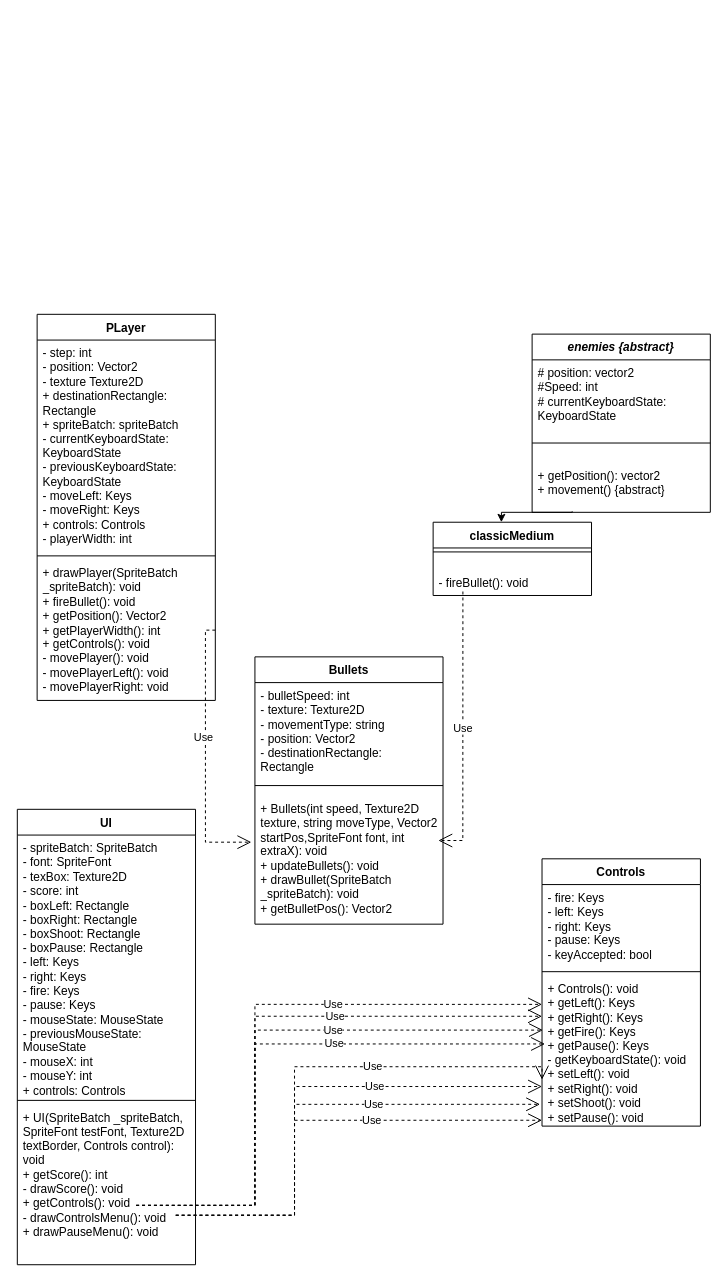
Above: draw.io diagrams/classDiagrams.drawio in Ferogreywolf7/Alien-Attack (draw.io), before the change. Source tidied: cells renumbered, new cells numbered last; positions are measured from the earlier drawing's top-left corner, leaving out a move shared by most shapes. Both pictures are drawn from the tidied source at 99%, with x=0, y=0 at pixel (17, 314).
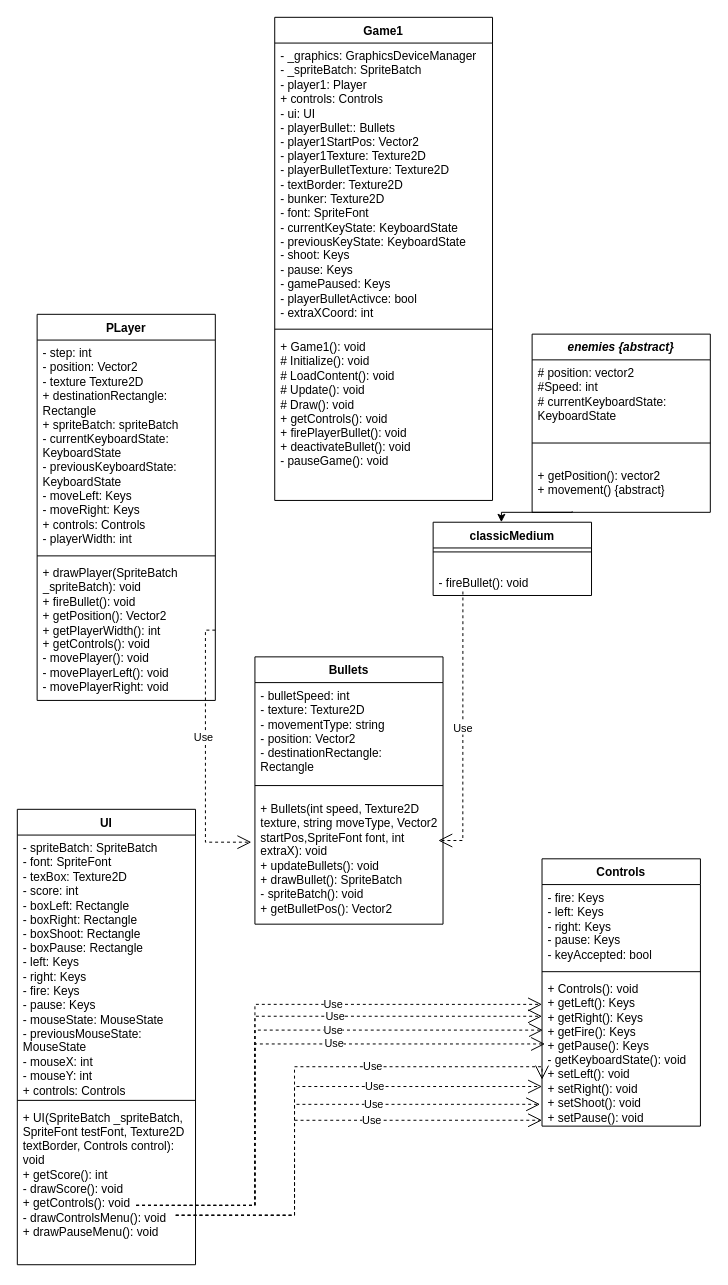
Above is the later version.

Commit message:
Added Game1 to the class diagram

Unchanged cells that the change refers to:
```xml
<mxCell id="21" value="Bullets" style="swimlane;fontStyle=1;align=center;verticalAlign=top;horizontal=1;startSize=26;whiteSpace=wrap;html=1;" parent="1" vertex="1">
  <mxGeometry x="240" y="346" width="190" height="270" as="geometry" />
</mxCell>
```

The edit, as a diff of the source:
```diff
@@
-    <mxCell id="24" value="&lt;div&gt;+ Bullets(int speed, Texture2D texture, string moveType, Vector2 startPos,SpriteFont font, int extraX): void&lt;/div&gt;&lt;div&gt;+ updateBullets(): void&lt;br&gt;&lt;/div&gt;&lt;div&gt;+ drawBullet(SpriteBatch _spriteBatch): void&lt;/div&gt;&lt;div&gt;+ getBulletPos(): Vector2&lt;br&gt;&lt;/div&gt;" style="text;strokeColor=none;fillColor=none;align=left;verticalAlign=top;spacingLeft=4;spacingRight=4;overflow=hidden;points=[[0,0.5],[1,0.5]];portConstraint=eastwest;whiteSpace=wrap;html=1;" parent="21" vertex="1">
+    <mxCell id="24" value="&lt;div&gt;+ Bullets(int speed, Texture2D texture, string moveType, Vector2 startPos,SpriteFont font, int extraX): void&lt;/div&gt;&lt;div&gt;+ updateBullets(): void&lt;br&gt;&lt;/div&gt;&lt;div&gt;+ drawBullet(): SpriteBatch&amp;nbsp;&lt;/div&gt;&lt;div&gt;- spriteBatch(): void&lt;/div&gt;&lt;div&gt;+ getBulletPos(): Vector2&lt;br&gt;&lt;/div&gt;" style="text;strokeColor=none;fillColor=none;align=left;verticalAlign=top;spacingLeft=4;spacingRight=4;overflow=hidden;points=[[0,0.5],[1,0.5]];portConstraint=eastwest;whiteSpace=wrap;html=1;" parent="21" vertex="1">
       <mxGeometry y="140" width="190" height="130" as="geometry" />
     </mxCell>
@@
+    <mxCell id="36" value="Game1" style="swimlane;fontStyle=1;align=center;verticalAlign=top;horizontal=1;startSize=26;whiteSpace=wrap;html=1;" parent="1" vertex="1">
+      <mxGeometry x="260" y="-300" width="220" height="488" as="geometry" />
+    </mxCell>
+    <mxCell id="37" value="&lt;div&gt;- _graphics: GraphicsDeviceManager&lt;/div&gt;&lt;div&gt;- _spriteBatch: SpriteBatch&lt;/div&gt;&lt;div&gt;- player1: Player&lt;/div&gt;&lt;div&gt;+ controls: Controls&lt;/div&gt;&lt;div&gt;- ui: UI&lt;/div&gt;&lt;div&gt;- playerBullet:: Bullets&lt;br&gt;&lt;/div&gt;&lt;div&gt;- player1StartPos: Vector2&lt;/div&gt;&lt;div&gt;- player1Texture: Texture2D&lt;/div&gt;&lt;div&gt;- playerBulletTexture: Texture2D&lt;/div&gt;&lt;div&gt;- textBorder: Texture2D&lt;/div&gt;&lt;div&gt;- bunker: Texture2D&lt;/div&gt;&lt;div&gt;- font: SpriteFont&lt;/div&gt;&lt;div&gt;- currentKeyState: KeyboardState&lt;/div&gt;&lt;div&gt;- previousKeyState: KeyboardState&lt;/div&gt;&lt;div&gt;- shoot: Keys&lt;/div&gt;&lt;div&gt;- pause: Keys&lt;/div&gt;&lt;div&gt;- gamePaused: Keys&lt;/div&gt;&lt;div&gt;- playerBulletActivce: bool&lt;br&gt;&lt;/div&gt;&lt;div&gt;- extraXCoord: int&lt;br&gt;&lt;/div&gt;" style="text;strokeColor=none;fillColor=none;align=left;verticalAlign=top;spacingLeft=4;spacingRight=4;overflow=hidden;whiteSpace=wrap;html=1;" parent="36" vertex="1">
+      <mxGeometry y="26" width="220" height="284" as="geometry" />
+    </mxCell>
+    <mxCell id="38" style="line;strokeWidth=1;fillColor=none;align=left;verticalAlign=middle;spacingTop=-1;spacingLeft=3;spacingRight=3;labelPosition=right;strokeColor=inherit;" parent="36" vertex="1">
+      <mxGeometry y="310" width="220" height="10" as="geometry" />
+    </mxCell>
+    <mxCell id="39" value="&lt;div&gt;+ Game1(): void&lt;/div&gt;&lt;div&gt;# Initialize(): void&lt;/div&gt;&lt;div&gt;# LoadContent(): void&lt;/div&gt;&lt;div&gt;# Update(): void&lt;/div&gt;&lt;div&gt;# Draw(): void&lt;/div&gt;&lt;div&gt;+ getControls(): void&lt;/div&gt;&lt;div&gt;+ firePlayerBullet(): void&lt;/div&gt;&lt;div&gt;+ deactivateBullet(): void&lt;/div&gt;&lt;div&gt;- pauseGame(): void&lt;br&gt;&lt;/div&gt;" style="text;strokeColor=none;fillColor=none;align=left;verticalAlign=top;spacingLeft=4;spacingRight=4;overflow=hidden;whiteSpace=wrap;html=1;" parent="36" vertex="1">
+      <mxGeometry y="320" width="220" height="168" as="geometry" />
+    </mxCell>
```
